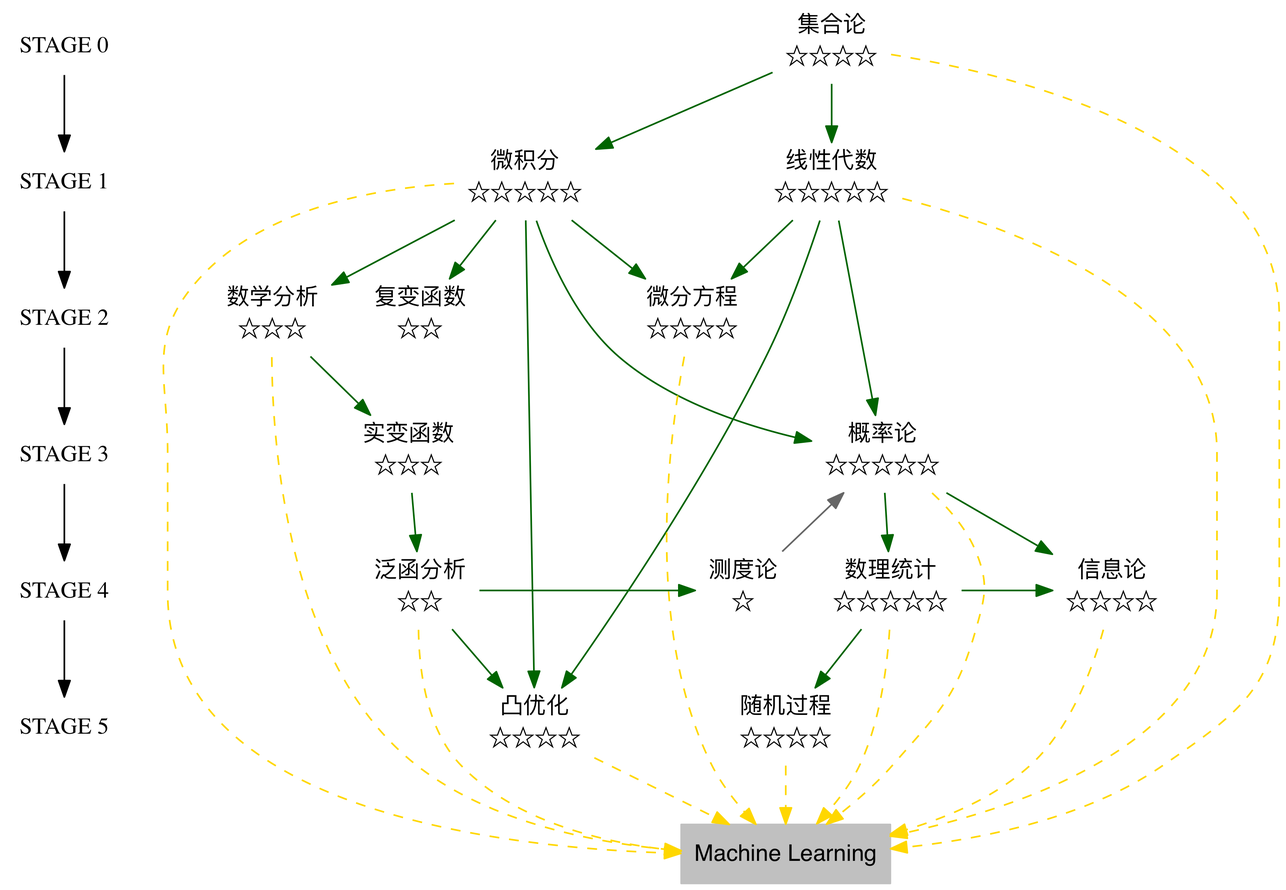
The Graphviz diagram mathRelation.png in Tony-Tan/MachineLearningMath, before a commit. Its source is kept beside it as mathRelation.dot.
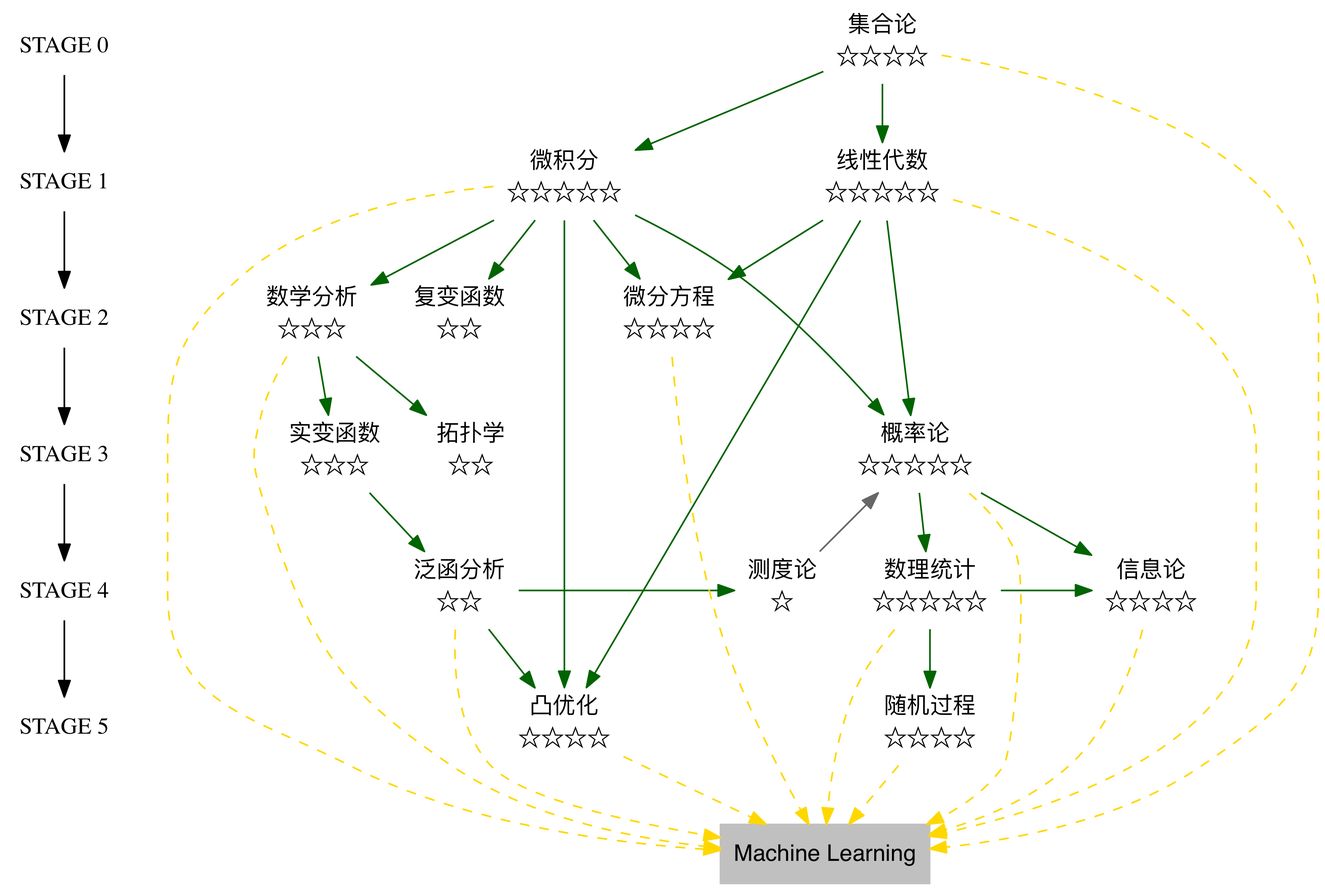
The same file after the commit.

What changed in the source:
```diff
@@ -21,13 +21,14 @@
 		statistics[label="数理统计\n☆☆☆☆☆"];
 		random_process[label="随机过程\n☆☆☆☆"];
 		information_theory[label="信息论\n☆☆☆☆"];
+		topology[label="拓扑学\n☆☆"]
 		target[shape=box,label="Machine Learning",color = gray,style=filled];
 	}
 	{
 		{rank=same;"STAGE 0";set_theory;}
 		{rank=same;"STAGE 1";cal;linear_algebra;}
 		{rank=same;"STAGE 2";complex_fun;analysis;diff_equation;}
-		{rank=same;"STAGE 3";real_analysis;probability;}
+		{rank=same;"STAGE 3";real_analysis;probability;topology}
 		{rank=same;"STAGE 4";function_analysis;measurement_theory;statistics;information_theory;}
 		{rank=same;"STAGE 5";convex_opt;random_process;}
 	}
@@ -44,6 +45,7 @@
 		cal->complex_fun;
 		cal->convex_opt;
 		analysis->real_analysis;
+		analysis->topology;
 		real_analysis->function_analysis;
 		function_analysis->convex_opt;
 		function_analysis->measurement_theory;
```
